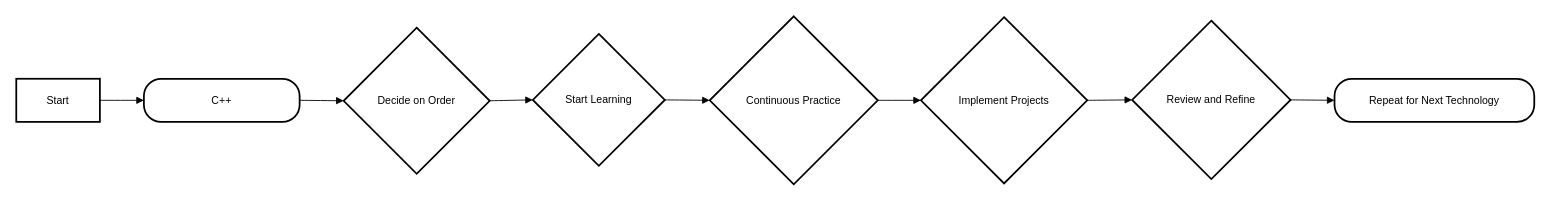
krdeepu7/draw.io keeps this draw.io diagram as Roadmap.drawio. Above is the earlier version. Source tidied: cells renumbered, new cells numbered last; positions are measured from the earlier drawing's top-left corner, leaving out a move shared by most shapes. Both pictures are drawn from the tidied source at 88%, with x=0, y=0 at pixel (16, 16).
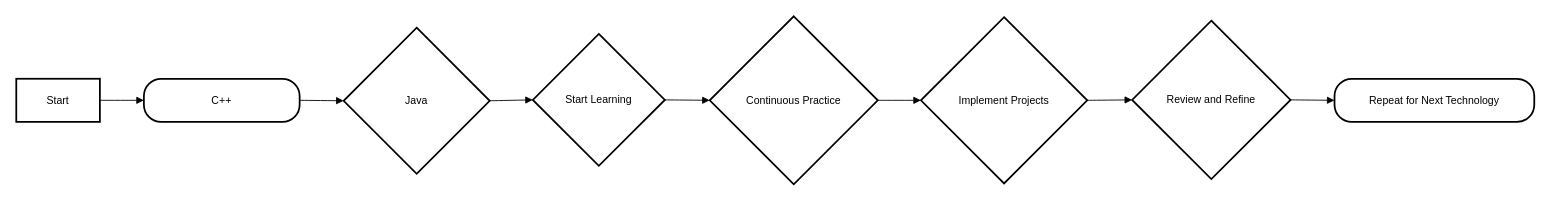
The same diagram, later.

Diff of the diagram source:
```diff
@@
 <mxGraphModel>
   <root>
     <mxCell id="0" />
     <mxCell id="1" parent="0" />
     <mxCell id="2" value="Start" style="whiteSpace=wrap;strokeWidth=2;" parent="1" vertex="1">
       <mxGeometry y="71" width="95" height="49" as="geometry" />
     </mxCell>
     <mxCell id="3" value="C++" style="rounded=1;arcSize=40;strokeWidth=2;" parent="1" vertex="1">
       <mxGeometry x="145" y="71" width="177" height="49" as="geometry" />
     </mxCell>
-    <mxCell id="4" value="Decide on Order" style="rhombus;strokeWidth=2;whiteSpace=wrap;" parent="1" vertex="1">
+    <mxCell id="4" value="Java" style="rhombus;strokeWidth=2;whiteSpace=wrap;" parent="1" vertex="1">
       <mxGeometry x="372" y="13" width="166" height="166" as="geometry" />
     </mxCell>
     <mxCell id="5" value="Start Learning" style="rhombus;strokeWidth=2;whiteSpace=wrap;" parent="1" vertex="1">
       <mxGeometry x="587" y="20" width="150" height="150" as="geometry" />
     </mxCell>
     <mxCell id="6" value="Continuous Practice" style="rhombus;strokeWidth=2;whiteSpace=wrap;" parent="1" vertex="1">
       <mxGeometry x="788" width="191" height="191" as="geometry" />
     </mxCell>
     <mxCell id="7" value="Implement Projects" style="rhombus;strokeWidth=2;whiteSpace=wrap;" parent="1" vertex="1">
       <mxGeometry x="1028" y="1" width="189" height="189" as="geometry" />
     </mxCell>
     <mxCell id="8" value="Review and Refine" style="rhombus;strokeWidth=2;whiteSpace=wrap;" parent="1" vertex="1">
       <mxGeometry x="1268" y="5" width="180" height="180" as="geometry" />
     </mxCell>
     <mxCell id="9" value="Repeat for Next Technology" style="rounded=1;arcSize=40;strokeWidth=2;" parent="1" vertex="1">
       <mxGeometry x="1498" y="71" width="227" height="49" as="geometry" />
     </mxCell>
     <mxCell id="10" style="curved=1;startArrow=none;endArrow=block;exitX=1;exitY=0.5;entryX=0;entryY=0.5;" parent="1" edge="1" source="2" target="3">
       <mxGeometry relative="1" as="geometry" />
     </mxCell>
     <mxCell id="11" style="curved=1;startArrow=none;endArrow=block;exitX=1;exitY=0.5;entryX=0;entryY=0.5;" parent="1" edge="1" source="3" target="4">
       <mxGeometry relative="1" as="geometry" />
     </mxCell>
     <mxCell id="12" style="curved=1;startArrow=none;endArrow=block;exitX=1;exitY=0.5;entryX=0;entryY=0.5;" parent="1" edge="1" source="4" target="5">
       <mxGeometry relative="1" as="geometry" />
     </mxCell>
     <mxCell id="13" style="curved=1;startArrow=none;endArrow=block;exitX=1;exitY=0.5;entryX=0;entryY=0.5;" parent="1" edge="1" source="5" target="6">
       <mxGeometry relative="1" as="geometry" />
     </mxCell>
     <mxCell id="14" style="curved=1;startArrow=none;endArrow=block;exitX=1;exitY=0.5;entryX=0;entryY=0.5;" parent="1" edge="1" source="6" target="7">
       <mxGeometry relative="1" as="geometry" />
     </mxCell>
     <mxCell id="15" style="curved=1;startArrow=none;endArrow=block;exitX=1;exitY=0.5;entryX=0;entryY=0.5;" parent="1" edge="1" source="7" target="8">
       <mxGeometry relative="1" as="geometry" />
     </mxCell>
     <mxCell id="16" style="curved=1;startArrow=none;endArrow=block;exitX=1;exitY=0.5;entryX=0;entryY=0.5;" parent="1" edge="1" source="8" target="9">
       <mxGeometry relative="1" as="geometry" />
     </mxCell>
   </root>
 </mxGraphModel>
```
